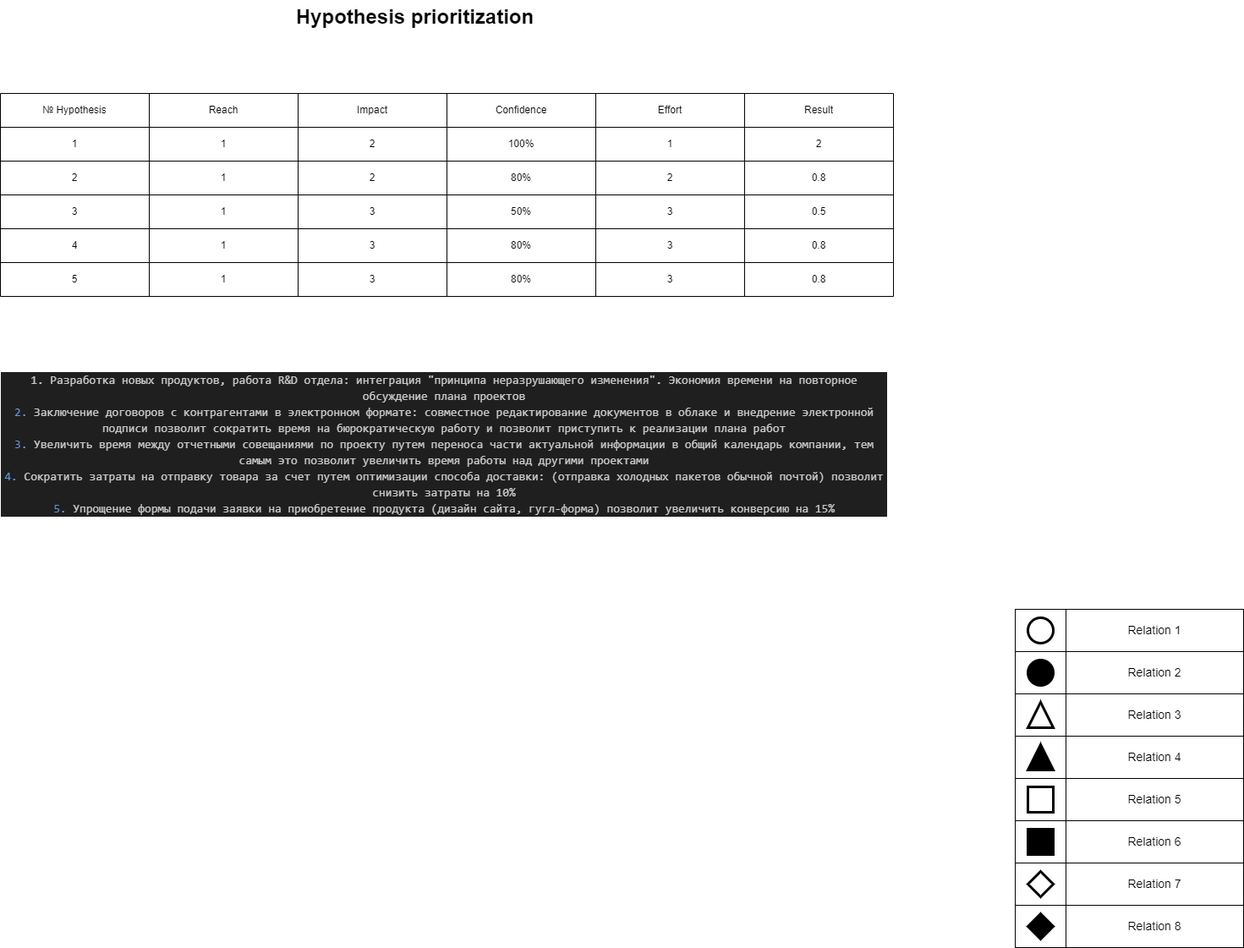
Earlier version of the draw.io export Projects/Business_process/RICE.drawio.png (biblelover1/main_repo). Source tidied: cells renumbered, new cells last; positions are measured from the earlier drawing's top-left corner, leaving out a move shared by most shapes.
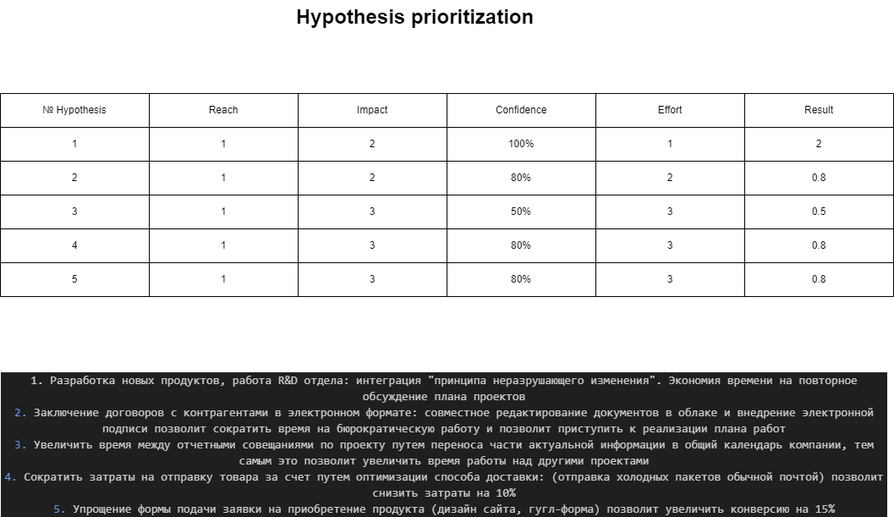
The same file after the commit.

Change to the diagram source:
```diff
@@ -2,81 +2,9 @@
   <root>
     <mxCell id="0" style="html=1;" />
     <mxCell id="1" style="html=1;" parent="0" />
-    <mxCell id="2" style="whiteSpace=wrap;html=1;rounded=0;shadow=0;strokeWidth=1;fontSize=14;" parent="1" vertex="1">
-      <mxGeometry x="1200" y="1070" width="60" height="50" as="geometry" />
-    </mxCell>
-    <mxCell id="3" value="Relation 8" style="whiteSpace=wrap;html=1;rounded=0;shadow=0;strokeWidth=1;fontSize=14;" parent="1" vertex="1">
-      <mxGeometry x="1260" y="1070" width="210" height="50" as="geometry" />
-    </mxCell>
-    <mxCell id="4" style="rhombus;whiteSpace=wrap;html=1;rounded=0;shadow=0;strokeWidth=3;fillColor=#000000;fontSize=14;" parent="1" vertex="1">
-      <mxGeometry x="1215" y="1080" width="30" height="30" as="geometry" />
-    </mxCell>
-    <mxCell id="5" style="whiteSpace=wrap;html=1;rounded=0;shadow=0;strokeWidth=1;fontSize=14;" parent="1" vertex="1">
-      <mxGeometry x="1200" y="1020" width="60" height="50" as="geometry" />
-    </mxCell>
-    <mxCell id="6" value="Relation 7" style="whiteSpace=wrap;html=1;rounded=0;shadow=0;strokeWidth=1;fontSize=14;" parent="1" vertex="1">
-      <mxGeometry x="1260" y="1020" width="210" height="50" as="geometry" />
-    </mxCell>
-    <mxCell id="7" style="whiteSpace=wrap;html=1;rounded=0;shadow=0;strokeWidth=1;fontSize=14;" parent="1" vertex="1">
-      <mxGeometry x="1200" y="970" width="60" height="50" as="geometry" />
-    </mxCell>
-    <mxCell id="8" value="Relation 6" style="whiteSpace=wrap;html=1;rounded=0;shadow=0;strokeWidth=1;fontSize=14;" parent="1" vertex="1">
-      <mxGeometry x="1260" y="970" width="210" height="50" as="geometry" />
-    </mxCell>
-    <mxCell id="9" style="whiteSpace=wrap;html=1;rounded=0;shadow=0;strokeWidth=1;fontSize=14;" parent="1" vertex="1">
-      <mxGeometry x="1200" y="920" width="60" height="50" as="geometry" />
-    </mxCell>
-    <mxCell id="10" value="Relation 5" style="whiteSpace=wrap;html=1;rounded=0;shadow=0;strokeWidth=1;fontSize=14;" parent="1" vertex="1">
-      <mxGeometry x="1260" y="920" width="210" height="50" as="geometry" />
-    </mxCell>
-    <mxCell id="11" style="whiteSpace=wrap;html=1;rounded=0;shadow=0;strokeWidth=1;fontSize=14;" parent="1" vertex="1">
-      <mxGeometry x="1200" y="870" width="60" height="50" as="geometry" />
-    </mxCell>
-    <mxCell id="12" value="Relation 4" style="whiteSpace=wrap;html=1;rounded=0;shadow=0;strokeWidth=1;fontSize=14;" parent="1" vertex="1">
-      <mxGeometry x="1260" y="870" width="210" height="50" as="geometry" />
-    </mxCell>
-    <mxCell id="13" style="whiteSpace=wrap;html=1;rounded=0;shadow=0;strokeWidth=1;fontSize=14;" parent="1" vertex="1">
-      <mxGeometry x="1200" y="820" width="60" height="50" as="geometry" />
-    </mxCell>
-    <mxCell id="14" value="Relation 3" style="whiteSpace=wrap;html=1;rounded=0;shadow=0;strokeWidth=1;fontSize=14;" parent="1" vertex="1">
-      <mxGeometry x="1260" y="820" width="210" height="50" as="geometry" />
-    </mxCell>
-    <mxCell id="15" style="whiteSpace=wrap;html=1;rounded=0;shadow=0;strokeWidth=1;fontSize=14;" parent="1" vertex="1">
-      <mxGeometry x="1200" y="770" width="60" height="50" as="geometry" />
-    </mxCell>
-    <mxCell id="16" value="Relation 2" style="whiteSpace=wrap;html=1;rounded=0;shadow=0;strokeWidth=1;fontSize=14;" parent="1" vertex="1">
-      <mxGeometry x="1260" y="770" width="210" height="50" as="geometry" />
-    </mxCell>
-    <mxCell id="17" style="whiteSpace=wrap;html=1;rounded=0;shadow=0;strokeWidth=1;fontSize=14;" parent="1" vertex="1">
-      <mxGeometry x="1200" y="720" width="60" height="50" as="geometry" />
-    </mxCell>
-    <mxCell id="18" value="Relation 1" style="whiteSpace=wrap;html=1;rounded=0;shadow=0;strokeWidth=1;fontSize=14;" parent="1" vertex="1">
-      <mxGeometry x="1260" y="720" width="210" height="50" as="geometry" />
-    </mxCell>
     <mxCell id="19" value="Hypothesis prioritization" style="text;strokeColor=none;fillColor=none;html=1;fontSize=24;fontStyle=1;verticalAlign=middle;align=center;rounded=0;shadow=1;" parent="1" vertex="1">
       <mxGeometry x="100" width="780" height="40" as="geometry" />
     </mxCell>
-    <mxCell id="20" style="ellipse;whiteSpace=wrap;html=1;rounded=0;shadow=0;strokeWidth=3;fontSize=14;" parent="1" vertex="1">
-      <mxGeometry x="1215" y="730" width="30" height="30" as="geometry" />
-    </mxCell>
-    <mxCell id="21" style="ellipse;whiteSpace=wrap;html=1;rounded=0;shadow=0;strokeWidth=3;fontSize=14;fillColor=#000000;" parent="1" vertex="1">
-      <mxGeometry x="1215" y="780" width="30" height="30" as="geometry" />
-    </mxCell>
-    <mxCell id="22" style="triangle;whiteSpace=wrap;html=1;rounded=0;shadow=0;strokeWidth=3;fillColor=#000000;fontSize=14;direction=north;" parent="1" vertex="1">
-      <mxGeometry x="1215" y="880" width="30" height="30" as="geometry" />
-    </mxCell>
-    <mxCell id="23" style="triangle;whiteSpace=wrap;html=1;rounded=0;shadow=0;strokeWidth=3;fontSize=14;direction=north;" parent="1" vertex="1">
-      <mxGeometry x="1215" y="830" width="30" height="30" as="geometry" />
-    </mxCell>
-    <mxCell id="24" style="whiteSpace=wrap;html=1;rounded=0;shadow=0;strokeWidth=3;fontSize=14;" parent="1" vertex="1">
-      <mxGeometry x="1215" y="930" width="30" height="30" as="geometry" />
-    </mxCell>
-    <mxCell id="25" style="whiteSpace=wrap;html=1;rounded=0;shadow=0;strokeWidth=3;fillColor=#000000;fontSize=14;" parent="1" vertex="1">
-      <mxGeometry x="1215" y="980" width="30" height="30" as="geometry" />
-    </mxCell>
-    <mxCell id="26" style="rhombus;whiteSpace=wrap;html=1;rounded=0;shadow=0;strokeWidth=3;fontSize=14;" parent="1" vertex="1">
-      <mxGeometry x="1215" y="1030" width="30" height="30" as="geometry" />
-    </mxCell>
     <mxCell id="27" style="shape=table;startSize=0;" parent="1" vertex="1">
       <mxGeometry y="110" width="1056" height="240" as="geometry" />
     </mxCell>
```
